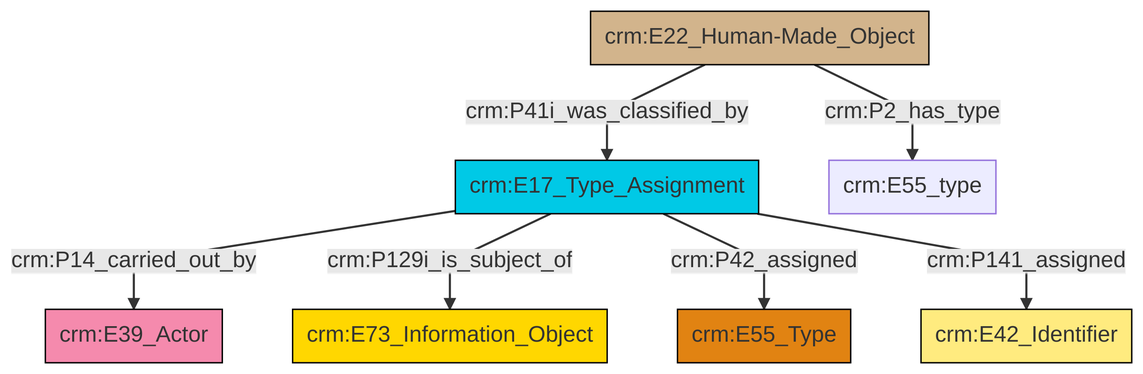
This is et/builtWorkCSV/ttl/mmd/png/Built_Work_designation_status.png from swiss-art-research-net/docs.swissartresearch, a Mermaid export, as it was before one commit. Its source is kept beside it as et/builtWorkCSV/ttl/mmd/Built_Work_designation_status.ttl.mmd.
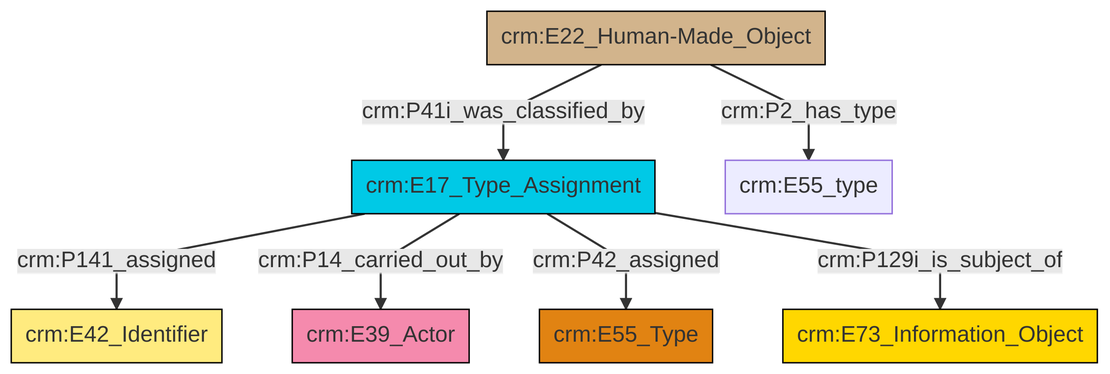
The same diagram one commit later.

Change to the diagram source:
```diff
@@ -13,9 +13,9 @@
 classDef PC_Classes fill:#4ce600, stroke:#000000;
 classDef Multi fill:#cccccc,stroke:#000000;
 
-0["crm:E17_Type_Assignment"]:::Temporal_Entity -->|crm:P14_carried_out_by| 1["crm:E39_Actor"]:::Actor
-2["crm:E22_Human-Made_Object"]:::Physical_Thing -->|crm:P41i_was_classified_by| 0["crm:E17_Type_Assignment"]:::Temporal_Entity
-0["crm:E17_Type_Assignment"]:::Temporal_Entity -->|crm:P129i_is_subject_of| 6["crm:E73_Information_Object"]:::Conceptual_Object
-0["crm:E17_Type_Assignment"]:::Temporal_Entity -->|crm:P42_assigned| 7["crm:E55_Type"]:::Type
-2["crm:E22_Human-Made_Object"]:::Physical_Thing -->|crm:P2_has_type| 9["crm:E55_type"]:::Default
-0["crm:E17_Type_Assignment"]:::Temporal_Entity -->|crm:P141_assigned| 3["crm:E42_Identifier"]:::Appellation
+0["crm:E22_Human-Made_Object"]:::Physical_Thing -->|crm:P41i_was_classified_by| 1["crm:E17_Type_Assignment"]:::Temporal_Entity
+1["crm:E17_Type_Assignment"]:::Temporal_Entity -->|crm:P141_assigned| 5["crm:E42_Identifier"]:::Appellation
+1["crm:E17_Type_Assignment"]:::Temporal_Entity -->|crm:P14_carried_out_by| 6["crm:E39_Actor"]:::Actor
+1["crm:E17_Type_Assignment"]:::Temporal_Entity -->|crm:P42_assigned| 7["crm:E55_Type"]:::Type
+1["crm:E17_Type_Assignment"]:::Temporal_Entity -->|crm:P129i_is_subject_of| 2["crm:E73_Information_Object"]:::Conceptual_Object
+0["crm:E22_Human-Made_Object"]:::Physical_Thing -->|crm:P2_has_type| 11["crm:E55_type"]:::Default
```
